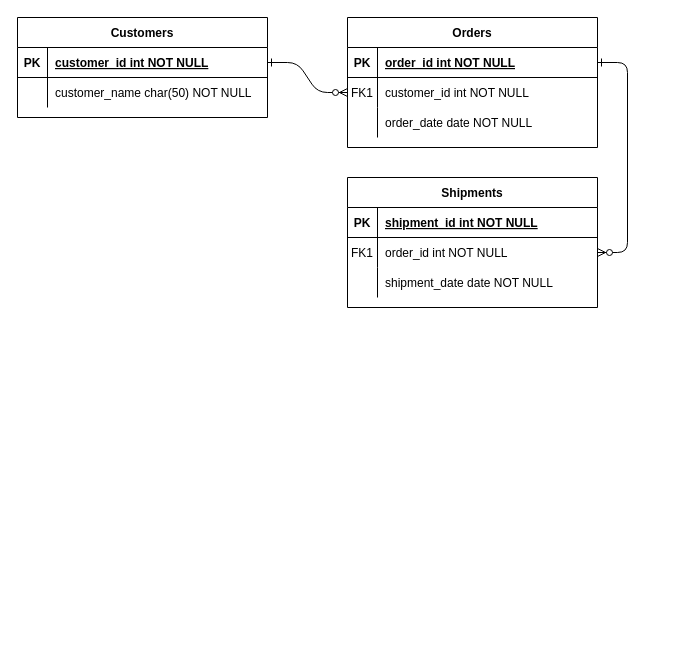
This is Untitled Diagram.drawio from Abhishekc18/shiny-couscous, a draw.io file, before an edit. Source tidied: cells renumbered, new cells numbered last; positions are measured from the earlier drawing's top-left corner, leaving out a move shared by most shapes. Both pictures are drawn from the tidied source at 100%, with x=0, y=0 at pixel (17, 17).
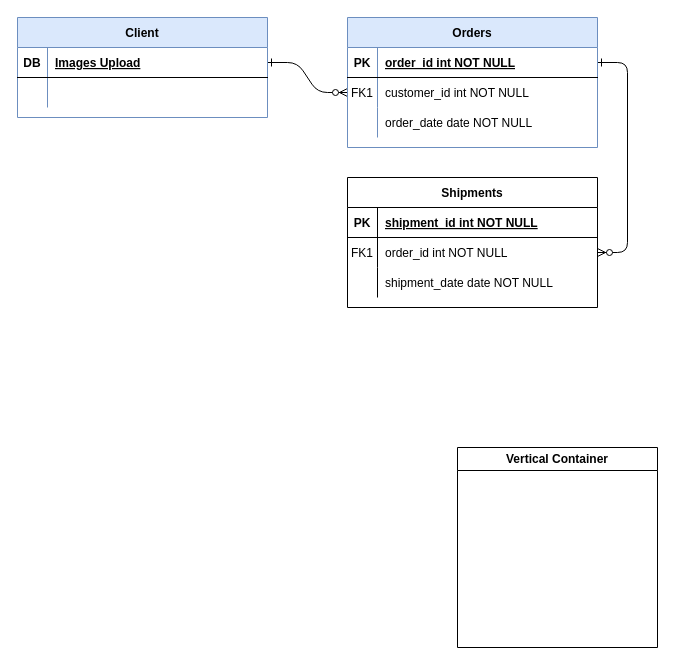
The same page after the edit.

The change refers to these unchanged cells:
```xml
<mxCell id="25" style="shape=partialRectangle;fillColor=none;points=[[0,0.5],[1,0.5]];portConstraint=eastwest;top=0;left=0;right=0;bottom=1;" parent="24" vertex="1">
  <mxGeometry y="30" width="250" height="30" as="geometry" />
</mxCell>
<mxCell id="28" style="shape=partialRectangle;fillColor=none;top=0;left=0;right=0;bottom=0;" parent="24" vertex="1">
  <mxGeometry y="60" width="250" height="30" as="geometry" />
</mxCell>
```

Change to the diagram source:
```diff
@@
-    <mxCell id="4" value="Orders" style="shape=table;startSize=30;childLayout=tableLayout;rowLines=0;fontStyle=1;align=center;" parent="1" vertex="1">
+    <mxCell id="4" value="Orders" style="shape=table;startSize=30;childLayout=tableLayout;rowLines=0;fontStyle=1;align=center;fillColor=#dae8fc;strokeColor=#6c8ebf;" parent="1" vertex="1">
       <mxGeometry x="330" width="250" height="130" as="geometry" />
     </mxCell>
@@
-    <mxCell id="24" value="Customers" style="shape=table;startSize=30;childLayout=tableLayout;rowLines=0;fontStyle=1;align=center;" parent="1" vertex="1">
+    <mxCell id="24" value="Client" style="shape=table;startSize=30;childLayout=tableLayout;rowLines=0;fontStyle=1;align=center;fillColor=#dae8fc;strokeColor=#6c8ebf;" parent="1" vertex="1">
       <mxGeometry width="250" height="100" as="geometry" />
     </mxCell>
@@
-    <mxCell id="26" value="PK" style="shape=partialRectangle;overflow=hidden;fillColor=none;top=0;left=0;bottom=0;right=0;fontStyle=1;" parent="25" vertex="1">
+    <mxCell id="26" value="DB" style="shape=partialRectangle;overflow=hidden;fillColor=none;top=0;left=0;bottom=0;right=0;fontStyle=1;" parent="25" vertex="1">
       <mxGeometry width="30" height="30" as="geometry" />
     </mxCell>
-    <mxCell id="27" value="customer_id int NOT NULL " style="shape=partialRectangle;overflow=hidden;fillColor=none;top=0;left=0;bottom=0;right=0;align=left;spacingLeft=6;fontStyle=5;" parent="25" vertex="1">
+    <mxCell id="27" value="Images Upload" style="shape=partialRectangle;overflow=hidden;fillColor=none;top=0;left=0;bottom=0;right=0;align=left;spacingLeft=6;fontStyle=5;" parent="25" vertex="1">
       <mxGeometry x="30" width="220" height="30" as="geometry" />
     </mxCell>
@@
-    <mxCell id="30" value="customer_name char(50) NOT NULL" style="shape=partialRectangle;overflow=hidden;fillColor=none;top=0;left=0;bottom=0;right=0;align=left;spacingLeft=6;" parent="28" vertex="1">
+    <mxCell id="30" style="shape=partialRectangle;overflow=hidden;fillColor=none;top=0;left=0;bottom=0;right=0;align=left;spacingLeft=6;" parent="28" vertex="1">
       <mxGeometry x="30" width="220" height="30" as="geometry" />
     </mxCell>
+    <mxCell id="31" value="Vertical Container" style="swimlane;whiteSpace=wrap;html=1;" parent="1" vertex="1">
+      <mxGeometry x="440" y="430" width="200" height="200" as="geometry" />
+    </mxCell>
```
